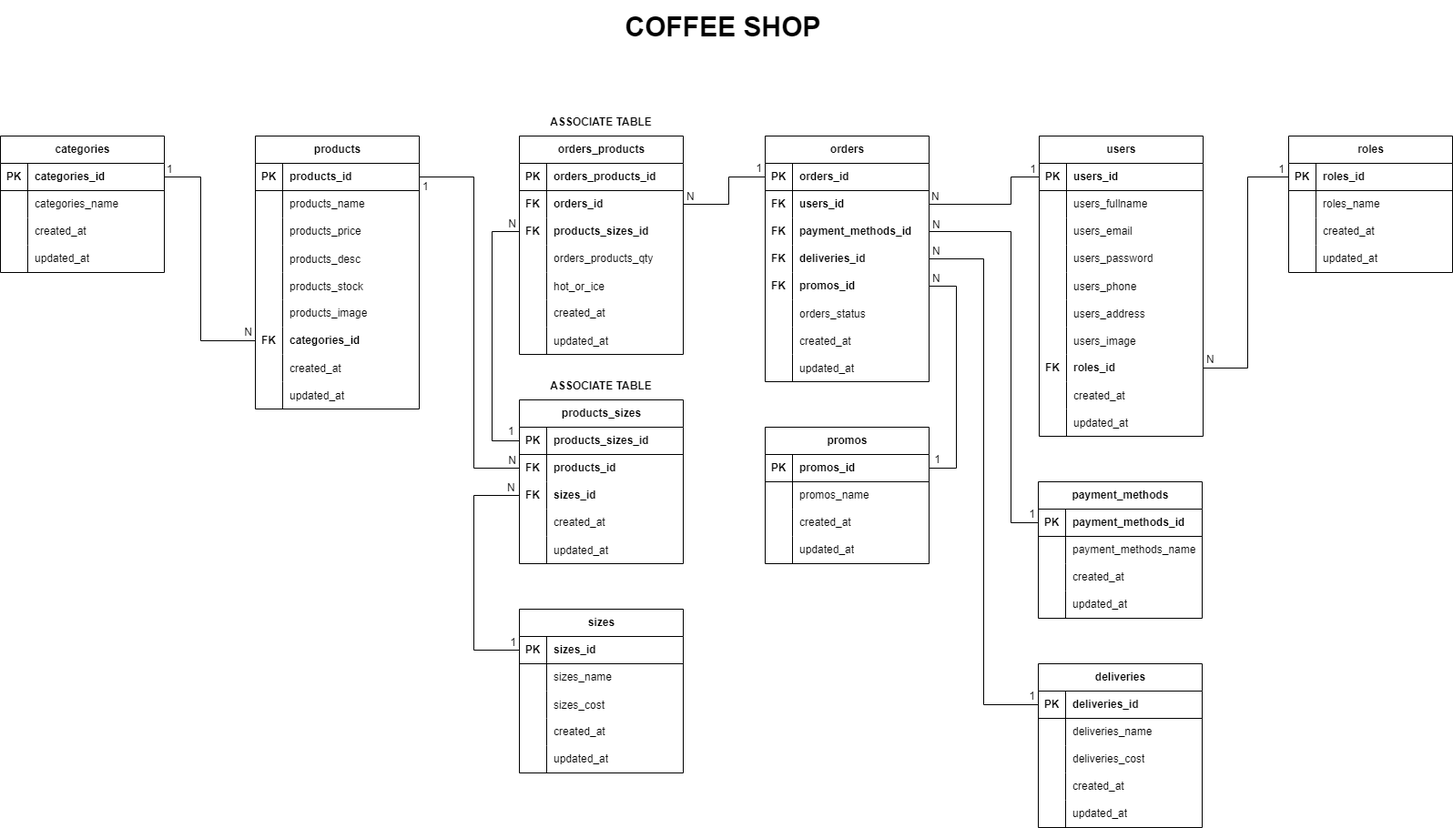
This is tugas/postgresql/coffee-shop.drawio.png from ridwanbahtiar15/basic-cs-js-fwg16, a draw.io export, as it was before one commit. Source tidied: cells renumbered, new cells last; positions are measured from the earlier drawing's top-left corner, leaving out a move shared by most shapes.
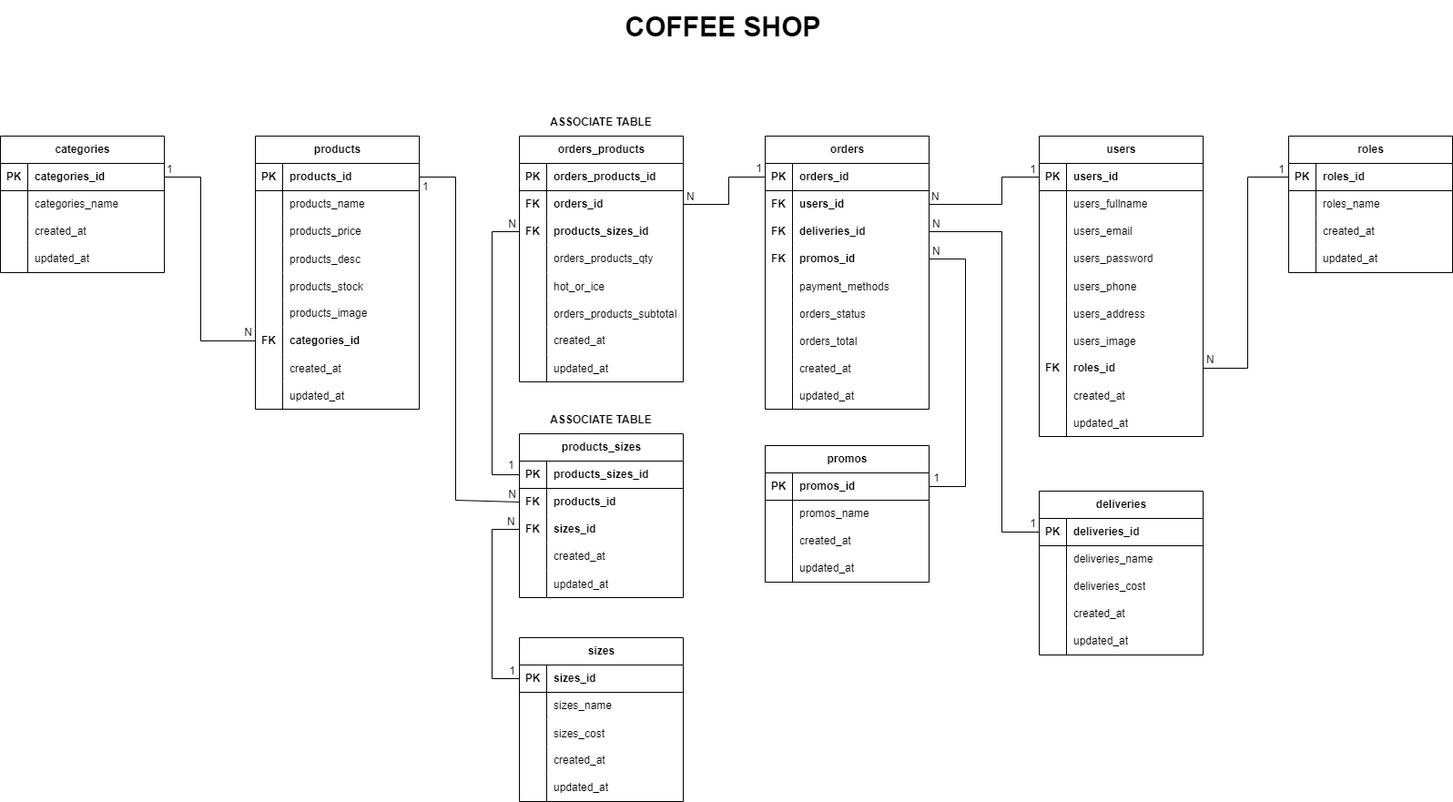
Later version of the same file.

What changed in the source:
```diff
@@ -45,7 +45,7 @@
       <mxGeometry x="30" width="150" height="30" as="geometry" />
     </mxCell>
     <mxCell id="16" value="promos" style="shape=table;startSize=30;rowLines=0;fontStyle=1;align=center;html=1;" parent="1" vertex="1">
-      <mxGeometry x="840" y="469" width="180" height="150" as="geometry" />
+      <mxGeometry x="840" y="489" width="180" height="150" as="geometry" />
     </mxCell>
     <mxCell id="17" style="shape=tableRow;horizontal=0;startSize=0;swimlaneHead=0;swimlaneBody=0;fillColor=none;points=[[0,0.5],[1,0.5]];portConstraint=eastwest;top=0;left=0;right=0;bottom=1;" parent="16" vertex="1">
       <mxGeometry y="30" width="180" height="30" as="geometry" />
@@ -186,7 +186,7 @@
       </mxGeometry>
     </mxCell>
     <mxCell id="60" value="orders" style="shape=table;startSize=30;rowLines=0;fontStyle=1;align=center;html=1;" parent="1" vertex="1">
-      <mxGeometry x="840" y="149" width="180" height="270" as="geometry" />
+      <mxGeometry x="840" y="149" width="180" height="300" as="geometry" />
     </mxCell>
     <mxCell id="61" style="shape=tableRow;horizontal=0;startSize=0;swimlaneHead=0;swimlaneBody=0;fillColor=none;points=[[0,0.5],[1,0.5]];portConstraint=eastwest;top=0;left=0;right=0;bottom=1;" parent="60" vertex="1">
       <mxGeometry y="30" width="180" height="30" as="geometry" />
@@ -206,17 +206,8 @@
     <mxCell id="66" value="users_id" style="shape=partialRectangle;fillColor=none;top=0;left=0;bottom=0;right=0;align=left;spacingLeft=6;overflow=hidden;whiteSpace=wrap;html=1;fontStyle=1;" parent="64" vertex="1">
       <mxGeometry x="30" width="150" height="30" as="geometry" />
     </mxCell>
-    <mxCell id="67" style="shape=tableRow;horizontal=0;startSize=0;swimlaneHead=0;swimlaneBody=0;fillColor=none;points=[[0,0.5],[1,0.5]];portConstraint=eastwest;top=0;left=0;right=0;bottom=0;" parent="60" vertex="1">
-      <mxGeometry y="90" width="180" height="30" as="geometry" />
-    </mxCell>
-    <mxCell id="68" value="FK" style="shape=partialRectangle;fillColor=none;top=0;left=0;bottom=0;right=0;overflow=hidden;whiteSpace=wrap;html=1;fontStyle=1;" parent="67" vertex="1">
-      <mxGeometry width="30" height="30" as="geometry" />
-    </mxCell>
-    <mxCell id="69" value="payment_methods_id" style="shape=partialRectangle;fillColor=none;top=0;left=0;bottom=0;right=0;align=left;spacingLeft=6;overflow=hidden;whiteSpace=wrap;html=1;fontStyle=1;" parent="67" vertex="1">
-      <mxGeometry x="30" width="150" height="30" as="geometry" />
-    </mxCell>
     <mxCell id="70" style="shape=tableRow;horizontal=0;startSize=0;swimlaneHead=0;swimlaneBody=0;fillColor=none;points=[[0,0.5],[1,0.5]];portConstraint=eastwest;top=0;left=0;right=0;bottom=0;" parent="60" vertex="1">
-      <mxGeometry y="120" width="180" height="30" as="geometry" />
+      <mxGeometry y="90" width="180" height="30" as="geometry" />
     </mxCell>
     <mxCell id="71" value="FK" style="shape=partialRectangle;fillColor=none;top=0;left=0;bottom=0;right=0;fontStyle=1;overflow=hidden;whiteSpace=wrap;html=1;" parent="70" vertex="1">
       <mxGeometry width="30" height="30" as="geometry" />
@@ -225,7 +216,7 @@
       <mxGeometry x="30" width="150" height="30" as="geometry" />
     </mxCell>
     <mxCell id="73" style="shape=tableRow;horizontal=0;startSize=0;swimlaneHead=0;swimlaneBody=0;fillColor=none;points=[[0,0.5],[1,0.5]];portConstraint=eastwest;top=0;left=0;right=0;bottom=0;" parent="60" vertex="1">
-      <mxGeometry y="150" width="180" height="30" as="geometry" />
+      <mxGeometry y="120" width="180" height="30" as="geometry" />
     </mxCell>
     <mxCell id="74" value="&lt;b&gt;FK&lt;/b&gt;" style="shape=partialRectangle;fillColor=none;top=0;left=0;bottom=0;right=0;fontStyle=0;overflow=hidden;whiteSpace=wrap;html=1;" parent="73" vertex="1">
       <mxGeometry width="30" height="30" as="geometry" />
@@ -233,6 +224,15 @@
     <mxCell id="75" value="&lt;b&gt;promos_id&lt;/b&gt;" style="shape=partialRectangle;fillColor=none;top=0;left=0;bottom=0;right=0;align=left;spacingLeft=6;fontStyle=0;overflow=hidden;whiteSpace=wrap;html=1;" parent="73" vertex="1">
       <mxGeometry x="30" width="150" height="30" as="geometry" />
     </mxCell>
+    <mxCell id="241" style="shape=tableRow;horizontal=0;startSize=0;swimlaneHead=0;swimlaneBody=0;fillColor=none;top=0;left=0;right=0;bottom=0;" parent="60" vertex="1">
+      <mxGeometry y="150" width="180" height="30" as="geometry" />
+    </mxCell>
+    <mxCell id="242" style="shape=partialRectangle;fillColor=none;top=0;left=0;bottom=0;right=0;overflow=hidden;" parent="241" vertex="1">
+      <mxGeometry width="30" height="30" as="geometry" />
+    </mxCell>
+    <mxCell id="158" value="payment_methods" style="shape=partialRectangle;fillColor=none;top=0;left=0;bottom=0;right=0;align=left;spacingLeft=6;overflow=hidden;" parent="241" vertex="1">
+      <mxGeometry x="30" width="150" height="30" as="geometry" />
+    </mxCell>
     <mxCell id="76" style="shape=tableRow;horizontal=0;startSize=0;swimlaneHead=0;swimlaneBody=0;fillColor=none;top=0;left=0;right=0;bottom=0;" parent="60" vertex="1">
       <mxGeometry y="180" width="180" height="30" as="geometry" />
     </mxCell>
@@ -242,8 +242,17 @@
     <mxCell id="78" value="orders_status" style="shape=partialRectangle;fillColor=none;top=0;left=0;bottom=0;right=0;align=left;spacingLeft=6;overflow=hidden;" parent="76" vertex="1">
       <mxGeometry x="30" width="150" height="30" as="geometry" />
     </mxCell>
+    <mxCell id="243" style="shape=tableRow;horizontal=0;startSize=0;swimlaneHead=0;swimlaneBody=0;fillColor=none;top=0;left=0;right=0;bottom=0;" parent="60" vertex="1">
+      <mxGeometry y="210" width="180" height="30" as="geometry" />
+    </mxCell>
+    <mxCell id="244" style="shape=partialRectangle;fillColor=none;top=0;left=0;bottom=0;right=0;overflow=hidden;" parent="243" vertex="1">
+      <mxGeometry width="30" height="30" as="geometry" />
+    </mxCell>
+    <mxCell id="245" value="orders_total" style="shape=partialRectangle;fillColor=none;top=0;left=0;bottom=0;right=0;align=left;spacingLeft=6;overflow=hidden;" parent="243" vertex="1">
+      <mxGeometry x="30" width="150" height="30" as="geometry" />
+    </mxCell>
     <mxCell id="79" style="shape=tableRow;horizontal=0;startSize=0;swimlaneHead=0;swimlaneBody=0;fillColor=none;top=0;left=0;right=0;bottom=0;" parent="60" vertex="1">
-      <mxGeometry y="210" width="180" height="30" as="geometry" />
+      <mxGeometry y="240" width="180" height="30" as="geometry" />
     </mxCell>
     <mxCell id="80" style="shape=partialRectangle;fillColor=none;top=0;left=0;bottom=0;right=0;overflow=hidden;" parent="79" vertex="1">
       <mxGeometry width="30" height="30" as="geometry" />
@@ -252,7 +261,7 @@
       <mxGeometry x="30" width="150" height="30" as="geometry" />
     </mxCell>
     <mxCell id="82" style="shape=tableRow;horizontal=0;startSize=0;swimlaneHead=0;swimlaneBody=0;fillColor=none;top=0;left=0;right=0;bottom=0;" parent="60" vertex="1">
-      <mxGeometry y="240" width="180" height="30" as="geometry" />
+      <mxGeometry y="270" width="180" height="30" as="geometry" />
     </mxCell>
     <mxCell id="83" style="shape=partialRectangle;fillColor=none;top=0;left=0;bottom=0;right=0;overflow=hidden;" parent="82" vertex="1">
       <mxGeometry width="30" height="30" as="geometry" />
@@ -261,7 +270,7 @@
       <mxGeometry x="30" width="150" height="30" as="geometry" />
     </mxCell>
     <mxCell id="85" value="orders_products" style="shape=table;startSize=30;rowLines=0;fontStyle=1;align=center;html=1;" parent="1" vertex="1">
-      <mxGeometry x="570" y="149" width="180" height="240" as="geometry" />
+      <mxGeometry x="570" y="149" width="180" height="270" as="geometry" />
     </mxCell>
     <mxCell id="86" style="shape=tableRow;horizontal=0;startSize=0;swimlaneHead=0;swimlaneBody=0;fillColor=none;top=0;left=0;right=0;bottom=1;" parent="85" vertex="1">
       <mxGeometry y="30" width="180" height="30" as="geometry" />
@@ -308,8 +317,17 @@
     <mxCell id="100" value="hot_or_ice" style="shape=partialRectangle;fillColor=none;top=0;left=0;bottom=0;right=0;align=left;spacingLeft=6;overflow=hidden;" parent="98" vertex="1">
       <mxGeometry x="30" width="150" height="30" as="geometry" />
     </mxCell>
+    <mxCell id="246" style="shape=tableRow;horizontal=0;startSize=0;swimlaneHead=0;swimlaneBody=0;fillColor=none;top=0;left=0;right=0;bottom=0;" parent="85" vertex="1">
+      <mxGeometry y="180" width="180" height="30" as="geometry" />
+    </mxCell>
+    <mxCell id="247" style="shape=partialRectangle;fillColor=none;top=0;left=0;bottom=0;right=0;overflow=hidden;" parent="246" vertex="1">
+      <mxGeometry width="30" height="30" as="geometry" />
+    </mxCell>
+    <mxCell id="248" value="orders_products_subtotal" style="shape=partialRectangle;fillColor=none;top=0;left=0;bottom=0;right=0;align=left;spacingLeft=6;overflow=hidden;" parent="246" vertex="1">
+      <mxGeometry x="30" width="150" height="30" as="geometry" />
+    </mxCell>
     <mxCell id="101" style="shape=tableRow;horizontal=0;startSize=0;swimlaneHead=0;swimlaneBody=0;fillColor=none;top=0;left=0;right=0;bottom=0;" parent="85" vertex="1">
-      <mxGeometry y="180" width="180" height="30" as="geometry" />
+      <mxGeometry y="210" width="180" height="30" as="geometry" />
     </mxCell>
     <mxCell id="102" style="shape=partialRectangle;fillColor=none;top=0;left=0;bottom=0;right=0;overflow=hidden;whiteSpace=wrap;html=1;" parent="101" vertex="1">
       <mxGeometry width="30" height="30" as="geometry" />
@@ -318,7 +336,7 @@
       <mxGeometry x="30" width="150" height="30" as="geometry" />
     </mxCell>
     <mxCell id="104" style="shape=tableRow;horizontal=0;startSize=0;swimlaneHead=0;swimlaneBody=0;fillColor=none;top=0;left=0;right=0;bottom=0;" parent="85" vertex="1">
-      <mxGeometry y="210" width="180" height="30" as="geometry" />
+      <mxGeometry y="240" width="180" height="30" as="geometry" />
     </mxCell>
     <mxCell id="105" style="shape=partialRectangle;fillColor=none;top=0;left=0;bottom=0;right=0;overflow=hidden;" parent="104" vertex="1">
       <mxGeometry width="30" height="30" as="geometry" />
@@ -329,7 +347,7 @@
     <mxCell id="107" style="endArrow=none;html=1;rounded=0;entryX=0;entryY=0.5;entryDx=0;entryDy=0;exitX=0;exitY=0.5;exitDx=0;exitDy=0;" parent="1" edge="1" source="216" target="92">
       <mxGeometry relative="1" as="geometry">
         <Array as="points">
-          <mxPoint x="540" y="484" />
+          <mxPoint x="540" y="521" />
           <mxPoint x="540" y="254" />
         </Array>
       </mxGeometry>
@@ -497,47 +515,8 @@
     <mxCell id="157" value="updated_at" style="shape=partialRectangle;fillColor=none;top=0;left=0;bottom=0;right=0;align=left;spacingLeft=6;overflow=hidden;whiteSpace=wrap;html=1;" parent="155" vertex="1">
       <mxGeometry x="30" width="150" height="30" as="geometry" />
     </mxCell>
-    <mxCell id="158" value="payment_methods" style="shape=table;startSize=30;rowLines=0;fontStyle=1;align=center;html=1;" parent="1" vertex="1">
-      <mxGeometry x="1140" y="529" width="180" height="150" as="geometry" />
-    </mxCell>
-    <mxCell id="159" style="shape=tableRow;horizontal=0;startSize=0;swimlaneHead=0;swimlaneBody=0;fillColor=none;points=[[0,0.5],[1,0.5]];portConstraint=eastwest;top=0;left=0;right=0;bottom=1;" parent="158" vertex="1">
-      <mxGeometry y="30" width="180" height="30" as="geometry" />
-    </mxCell>
-    <mxCell id="160" value="PK" style="shape=partialRectangle;fillColor=none;top=0;left=0;bottom=0;right=0;fontStyle=1;overflow=hidden;whiteSpace=wrap;html=1;" parent="159" vertex="1">
-      <mxGeometry width="30" height="30" as="geometry" />
-    </mxCell>
-    <mxCell id="161" value="payment_methods_id" style="shape=partialRectangle;fillColor=none;top=0;left=0;bottom=0;right=0;align=left;spacingLeft=6;fontStyle=1;overflow=hidden;whiteSpace=wrap;html=1;" parent="159" vertex="1">
-      <mxGeometry x="30" width="150" height="30" as="geometry" />
-    </mxCell>
-    <mxCell id="162" style="shape=tableRow;horizontal=0;startSize=0;swimlaneHead=0;swimlaneBody=0;fillColor=none;top=0;left=0;right=0;bottom=0;" parent="158" vertex="1">
-      <mxGeometry y="60" width="180" height="30" as="geometry" />
-    </mxCell>
-    <mxCell id="163" style="shape=partialRectangle;fillColor=none;top=0;left=0;bottom=0;right=0;overflow=hidden;whiteSpace=wrap;html=1;" parent="162" vertex="1">
-      <mxGeometry width="30" height="30" as="geometry" />
-    </mxCell>
-    <mxCell id="164" value="payment_methods_name" style="shape=partialRectangle;fillColor=none;top=0;left=0;bottom=0;right=0;align=left;spacingLeft=6;overflow=hidden;whiteSpace=wrap;html=1;" parent="162" vertex="1">
-      <mxGeometry x="30" width="150" height="30" as="geometry" />
-    </mxCell>
-    <mxCell id="165" style="shape=tableRow;horizontal=0;startSize=0;swimlaneHead=0;swimlaneBody=0;fillColor=none;top=0;left=0;right=0;bottom=0;" parent="158" vertex="1">
-      <mxGeometry y="90" width="180" height="30" as="geometry" />
-    </mxCell>
-    <mxCell id="166" style="shape=partialRectangle;fillColor=none;top=0;left=0;bottom=0;right=0;overflow=hidden;whiteSpace=wrap;html=1;" parent="165" vertex="1">
-      <mxGeometry width="30" height="30" as="geometry" />
-    </mxCell>
-    <mxCell id="167" value="created_at" style="shape=partialRectangle;fillColor=none;top=0;left=0;bottom=0;right=0;align=left;spacingLeft=6;overflow=hidden;whiteSpace=wrap;html=1;" parent="165" vertex="1">
-      <mxGeometry x="30" width="150" height="30" as="geometry" />
-    </mxCell>
-    <mxCell id="168" style="shape=tableRow;horizontal=0;startSize=0;swimlaneHead=0;swimlaneBody=0;fillColor=none;top=0;left=0;right=0;bottom=0;" parent="158" vertex="1">
-      <mxGeometry y="120" width="180" height="30" as="geometry" />
-    </mxCell>
-    <mxCell id="169" style="shape=partialRectangle;fillColor=none;top=0;left=0;bottom=0;right=0;overflow=hidden;whiteSpace=wrap;html=1;" parent="168" vertex="1">
-      <mxGeometry width="30" height="30" as="geometry" />
-    </mxCell>
-    <mxCell id="170" value="updated_at" style="shape=partialRectangle;fillColor=none;top=0;left=0;bottom=0;right=0;align=left;spacingLeft=6;overflow=hidden;whiteSpace=wrap;html=1;" parent="168" vertex="1">
-      <mxGeometry x="30" width="150" height="30" as="geometry" />
-    </mxCell>
     <mxCell id="171" value="deliveries" style="shape=table;startSize=30;rowLines=0;fontStyle=1;align=center;html=1;" parent="1" vertex="1">
-      <mxGeometry x="1140" y="729" width="180" height="180" as="geometry" />
+      <mxGeometry x="1141" y="539" width="180" height="180" as="geometry" />
     </mxCell>
     <mxCell id="172" style="shape=tableRow;horizontal=0;startSize=0;swimlaneHead=0;swimlaneBody=0;fillColor=none;points=[[0,0.5],[1,0.5]];portConstraint=eastwest;top=0;left=0;right=0;bottom=1;" parent="171" vertex="1">
       <mxGeometry y="30" width="180" height="30" as="geometry" />
@@ -587,8 +566,8 @@
     <mxCell id="187" style="endArrow=none;html=1;rounded=0;entryX=0;entryY=0.5;entryDx=0;entryDy=0;exitX=1;exitY=0.5;exitDx=0;exitDy=0;" parent="1" edge="1" source="64" target="115">
       <mxGeometry relative="1" as="geometry">
         <Array as="points">
-          <mxPoint x="1110" y="224" />
-          <mxPoint x="1110" y="194" />
+          <mxPoint x="1100" y="224" />
+          <mxPoint x="1100" y="194" />
         </Array>
       </mxGeometry>
     </mxCell>
@@ -602,24 +581,6 @@
         <mxPoint x="-3" y="-1" as="offset" />
       </mxGeometry>
     </mxCell>
-    <mxCell id="190" style="endArrow=none;html=1;rounded=0;entryX=0;entryY=0.5;entryDx=0;entryDy=0;exitX=1;exitY=0.5;exitDx=0;exitDy=0;" parent="1" edge="1" source="67" target="159">
-      <mxGeometry relative="1" as="geometry">
-        <Array as="points">
-          <mxPoint x="1110" y="254" />
-          <mxPoint x="1110" y="574" />
-        </Array>
-      </mxGeometry>
-    </mxCell>
-    <mxCell id="191" value="N" style="html=1;whiteSpace=wrap;align=left;verticalAlign=bottom;" parent="190" vertex="1">
-      <mxGeometry x="-1" relative="1" as="geometry">
-        <mxPoint x="2" as="offset" />
-      </mxGeometry>
-    </mxCell>
-    <mxCell id="192" value="1" style="html=1;whiteSpace=wrap;align=right;verticalAlign=bottom;" parent="190" vertex="1">
-      <mxGeometry x="1" relative="1" as="geometry">
-        <mxPoint x="-3" y="-2" as="offset" />
-      </mxGeometry>
-    </mxCell>
     <mxCell id="193" style="endArrow=none;html=1;rounded=0;entryX=0;entryY=0.5;entryDx=0;entryDy=0;exitX=1;exitY=0.5;exitDx=0;exitDy=0;" parent="1" edge="1" source="136" target="146">
       <mxGeometry relative="1" as="geometry">
         <Array as="points">
@@ -641,8 +602,8 @@
     <mxCell id="196" style="endArrow=none;html=1;rounded=0;entryX=0;entryY=0.5;entryDx=0;entryDy=0;exitX=1;exitY=0.5;exitDx=0;exitDy=0;" parent="1" edge="1" source="70" target="172">
       <mxGeometry relative="1" as="geometry">
         <Array as="points">
-          <mxPoint x="1080" y="284" />
-          <mxPoint x="1080" y="774" />
+          <mxPoint x="1100" y="254" />
+          <mxPoint x="1100" y="584" />
         </Array>
       </mxGeometry>
     </mxCell>
@@ -657,7 +618,7 @@
       </mxGeometry>
     </mxCell>
     <mxCell id="199" value="sizes" style="shape=table;startSize=30;rowLines=0;fontStyle=1;align=center;html=1;" parent="1" vertex="1">
-      <mxGeometry x="570" y="669" width="180" height="180" as="geometry" />
+      <mxGeometry x="570" y="700" width="180" height="180" as="geometry" />
     </mxCell>
     <mxCell id="200" style="shape=tableRow;horizontal=0;startSize=0;swimlaneHead=0;swimlaneBody=0;fillColor=none;points=[[0,0.5],[1,0.5]];portConstraint=eastwest;top=0;left=0;right=0;bottom=1;" parent="199" vertex="1">
       <mxGeometry y="30" width="180" height="30" as="geometry" />
@@ -705,7 +666,7 @@
       <mxGeometry x="30" width="150" height="30" as="geometry" />
     </mxCell>
     <mxCell id="215" value="products_sizes" style="shape=table;startSize=30;rowLines=0;fontStyle=1;align=center;html=1;" parent="1" vertex="1">
-      <mxGeometry x="570" y="439" width="180" height="180" as="geometry" />
+      <mxGeometry x="570" y="476" width="180" height="180" as="geometry" />
     </mxCell>
     <mxCell id="216" style="shape=tableRow;horizontal=0;startSize=0;swimlaneHead=0;swimlaneBody=0;fillColor=none;points=[[0,0.5],[1,0.5]];portConstraint=eastwest;top=0;left=0;right=0;bottom=1;" parent="215" vertex="1">
       <mxGeometry y="30" width="180" height="30" as="geometry" />
@@ -753,13 +714,13 @@
       <mxGeometry x="30" width="150" height="30" as="geometry" />
     </mxCell>
     <mxCell id="231" value="&lt;b&gt;&lt;font style=&quot;font-size: 12px;&quot;&gt;ASSOCIATE TABLE&lt;/font&gt;&lt;/b&gt;" style="text;strokeColor=none;align=center;fillColor=none;html=1;verticalAlign=middle;whiteSpace=wrap;rounded=0;" parent="1" vertex="1">
-      <mxGeometry x="580" y="409" width="160" height="30" as="geometry" />
+      <mxGeometry x="580" y="446" width="160" height="30" as="geometry" />
     </mxCell>
     <mxCell id="232" style="endArrow=none;html=1;rounded=0;entryX=0;entryY=0.5;entryDx=0;entryDy=0;exitX=1;exitY=0.5;exitDx=0;exitDy=0;" parent="1" edge="1" source="30" target="219">
       <mxGeometry relative="1" as="geometry">
         <Array as="points">
-          <mxPoint x="520" y="194" />
-          <mxPoint x="520" y="514" />
+          <mxPoint x="500" y="194" />
+          <mxPoint x="500" y="549" />
         </Array>
       </mxGeometry>
     </mxCell>
@@ -776,8 +737,8 @@
     <mxCell id="235" style="endArrow=none;html=1;rounded=0;entryX=0;entryY=0.5;entryDx=0;entryDy=0;exitX=0;exitY=0.5;exitDx=0;exitDy=0;" parent="1" edge="1" source="222" target="200">
       <mxGeometry relative="1" as="geometry">
         <Array as="points">
-          <mxPoint x="520" y="544" />
-          <mxPoint x="520" y="714" />
+          <mxPoint x="540" y="581" />
+          <mxPoint x="540" y="745" />
         </Array>
       </mxGeometry>
     </mxCell>
@@ -794,8 +755,8 @@
     <mxCell id="238" style="endArrow=none;html=1;rounded=0;entryX=1;entryY=0.5;entryDx=0;entryDy=0;exitX=1;exitY=0.5;exitDx=0;exitDy=0;" parent="1" edge="1" source="73" target="17">
       <mxGeometry relative="1" as="geometry">
         <Array as="points">
-          <mxPoint x="1050" y="314" />
-          <mxPoint x="1050" y="514" />
+          <mxPoint x="1060" y="284" />
+          <mxPoint x="1060" y="534" />
         </Array>
       </mxGeometry>
     </mxCell>
```
